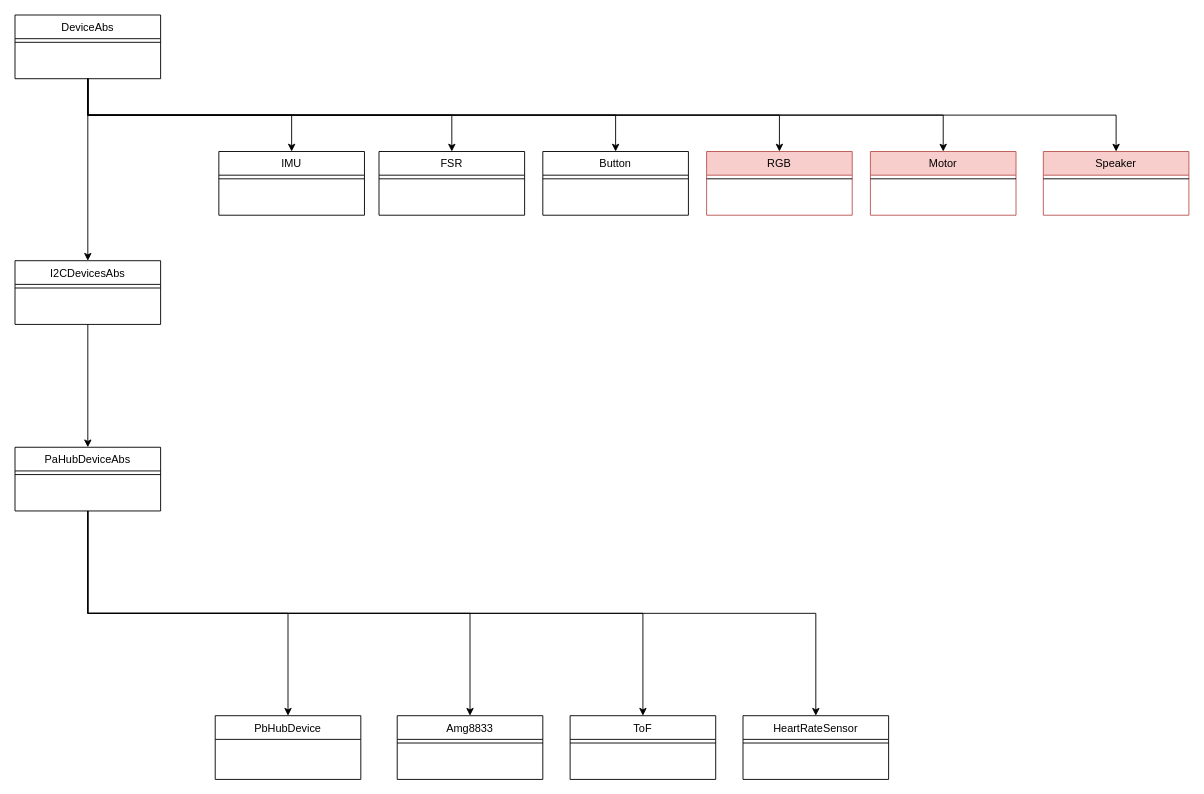
Above: ProjectDocuments/ClassDiagram.drawio in YonatanAmir1996/M5StackTelemetry (draw.io), before the change. Source tidied: cells renumbered, new cells numbered last; positions are measured from the earlier drawing's top-left corner, leaving out a move shared by most shapes. Both pictures are drawn from the tidied source at 91%, with x=0, y=0 at pixel (15, 15).
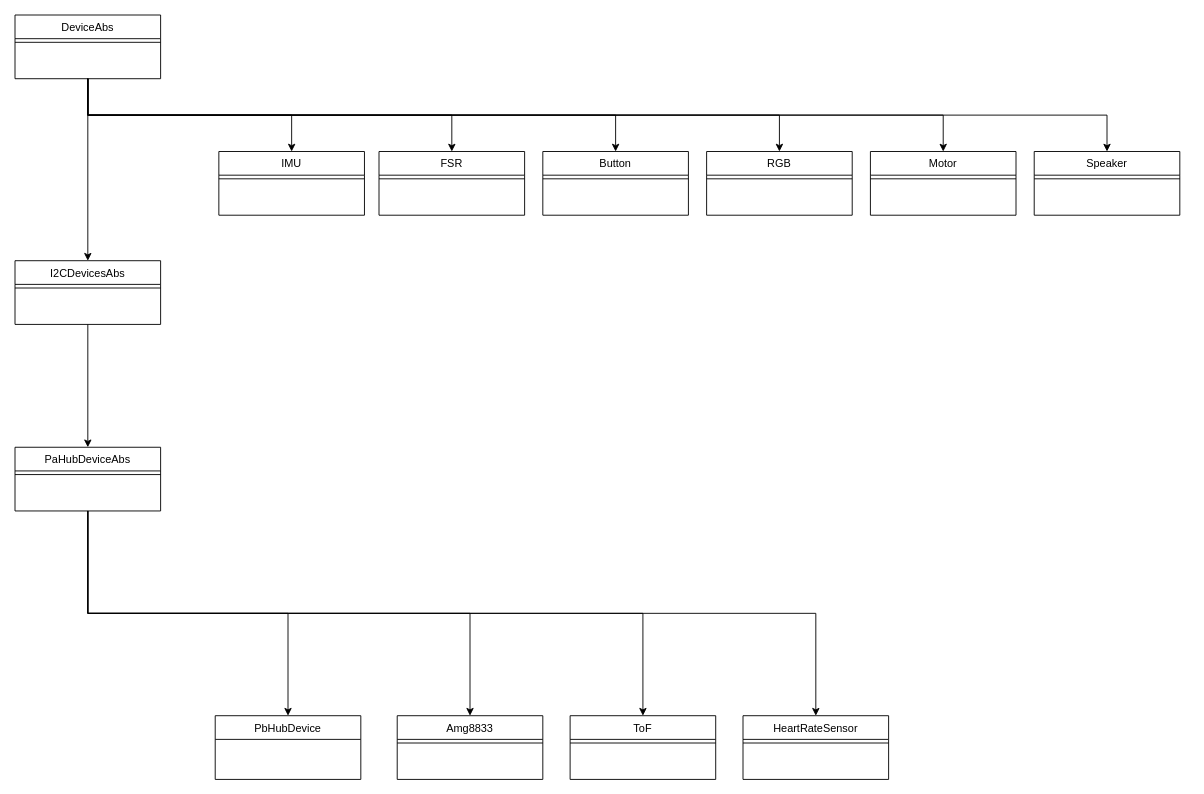
The same diagram, later.

What changed in the source:
```diff
@@
-    <mxCell id="17" value="RGB" style="swimlane;fontStyle=0;align=center;verticalAlign=top;horizontal=1;startSize=26;rounded=0;shadow=0;strokeWidth=1;strokeColor=#b85450;fillColor=#f8cecc;" parent="1" vertex="1">
+    <mxCell id="17" value="RGB" style="swimlane;fontStyle=0;align=center;verticalAlign=top;horizontal=1;startSize=26;rounded=0;shadow=0;strokeWidth=1;" parent="1" vertex="1">
       <mxGeometry x="760" y="150" width="160" height="70" as="geometry" />
     </mxCell>
@@
-    <mxCell id="19" value="Motor" style="swimlane;fontStyle=0;align=center;verticalAlign=top;horizontal=1;startSize=26;rounded=0;shadow=0;strokeWidth=1;strokeColor=#b85450;fillColor=#f8cecc;" parent="1" vertex="1">
+    <mxCell id="19" value="Motor" style="swimlane;fontStyle=0;align=center;verticalAlign=top;horizontal=1;startSize=26;rounded=0;shadow=0;strokeWidth=1;" parent="1" vertex="1">
       <mxGeometry x="940" y="150" width="160" height="70" as="geometry" />
     </mxCell>
@@
-    <mxCell id="30" value="Speaker" style="swimlane;fontStyle=0;align=center;verticalAlign=top;horizontal=1;startSize=26;rounded=0;shadow=0;strokeWidth=1;strokeColor=#b85450;fillColor=#f8cecc;" parent="1" vertex="1">
-      <mxGeometry x="1130" y="150" width="160" height="70" as="geometry" />
+    <mxCell id="30" value="Speaker" style="swimlane;fontStyle=0;align=center;verticalAlign=top;horizontal=1;startSize=26;rounded=0;shadow=0;strokeWidth=1;" parent="1" vertex="1">
+      <mxGeometry x="1120" y="150" width="160" height="70" as="geometry" />
     </mxCell>
```
